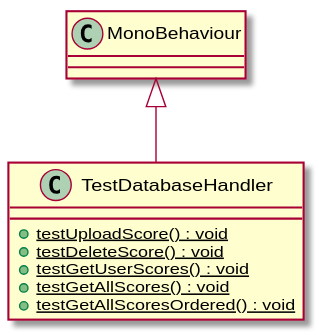
The PlantUML diagram UML/Database/TestDatabaseHandler.svg in David-Denny/COMP3013-Team7, before a commit. Source of this version:
```plantuml
@startuml
class TestDatabaseHandler {
    + {static} testUploadScore() : void
    + {static} testDeleteScore() : void
    + {static} testGetUserScores() : void
    + {static} testGetAllScores() : void
    + {static} testGetAllScoresOrdered() : void
}
MonoBehaviour <|-- TestDatabaseHandler
@enduml
```
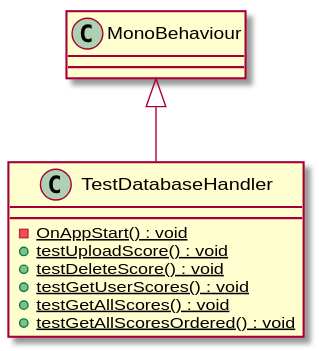
Above is the later version.

Change to the diagram source:
```diff
@@ -1,5 +1,6 @@
 @startuml
 class TestDatabaseHandler {
+    - {static} OnAppStart() : void
     + {static} testUploadScore() : void
     + {static} testDeleteScore() : void
     + {static} testGetUserScores() : void
```
